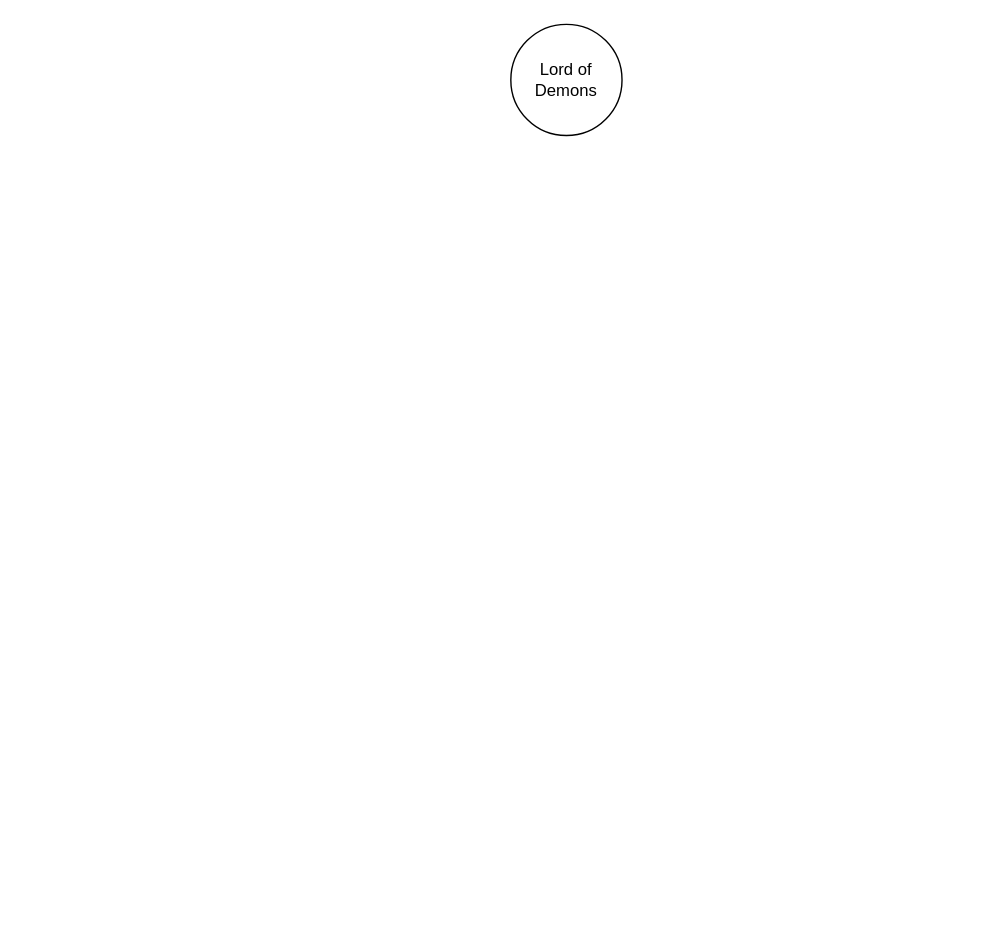
This is page "LoD" (5 of 5) of Fellkeep.drawio from chrisdianru/DND5e, a draw.io file, before an edit. Source tidied: cells renumbered, new cells numbered last; positions are measured from the earlier drawing's top-left corner, leaving out a move shared by most shapes. Both pictures are drawn from the tidied source at 139%, with x=0, y=0 at pixel (510, 24).
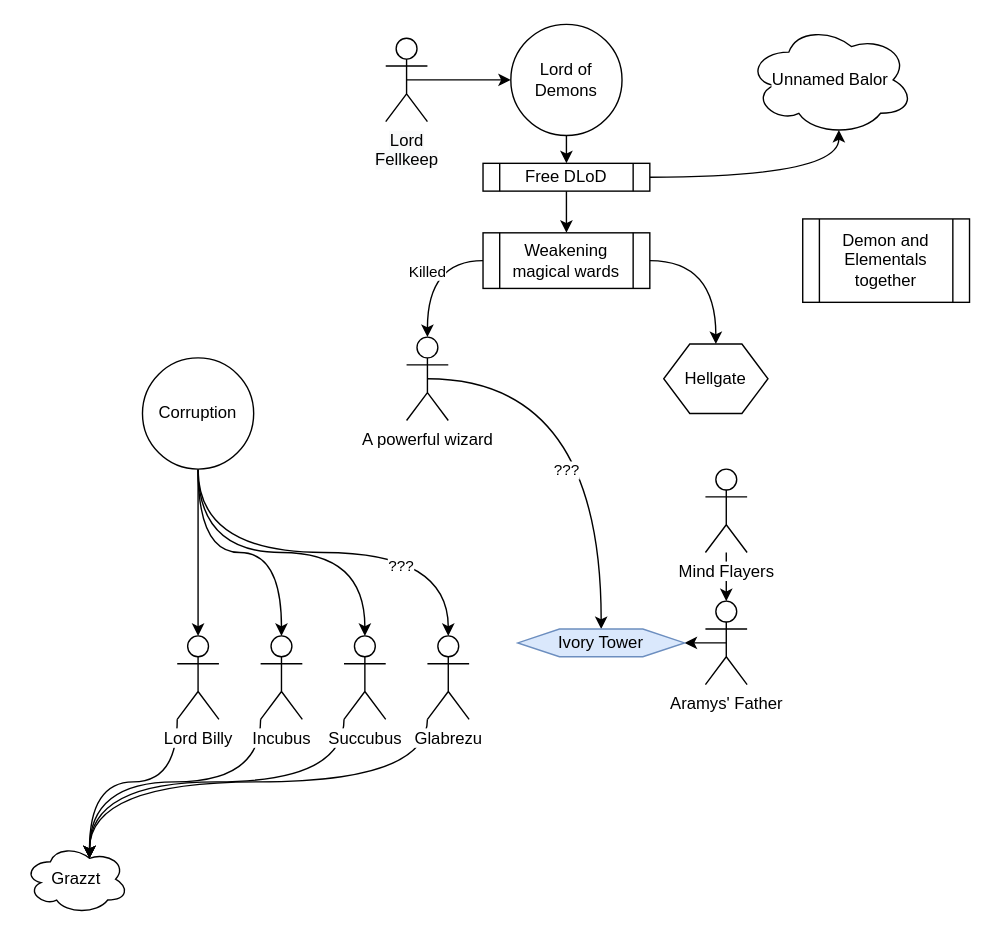
Above is the later version.

Unchanged cells that the change refers to:
```xml
<mxCell id="2" value="Lord of Demons" style="ellipse;whiteSpace=wrap;html=1;" parent="1" vertex="1">
  <mxGeometry width="80" height="80" as="geometry" />
</mxCell>
```

The edit, as a diff of the source:
```diff
@@
+    <mxCell id="3" style="edgeStyle=orthogonalEdgeStyle;curved=1;rounded=0;jettySize=auto;html=1;exitX=0.5;exitY=1;exitDx=0;exitDy=0;entryX=0.5;entryY=0;entryDx=0;entryDy=0;startArrow=none;startFill=0;endArrow=classic;endFill=1;" parent="1" edge="1" source="2" target="20">
+      <mxGeometry relative="1" as="geometry" />
+    </mxCell>
@@
+    <mxCell id="4" value="???" style="edgeStyle=orthogonalEdgeStyle;curved=1;rounded=0;jettySize=auto;html=1;exitX=0.5;exitY=0.5;exitDx=0;exitDy=0;exitPerimeter=0;entryX=0.5;entryY=0;entryDx=0;entryDy=0;startArrow=none;startFill=0;endArrow=classic;endFill=1;" parent="1" edge="1" source="5" target="12">
+      <mxGeometry x="0.25" y="-25" relative="1" as="geometry" />
+    </mxCell>
+    <mxCell id="5" value="A powerful wizard" style="shape=umlActor;verticalLabelPosition=bottom;labelBackgroundColor=#ffffff;verticalAlign=top;html=1;outlineConnect=0;" parent="1" vertex="1">
+      <mxGeometry x="-75" y="225" width="30" height="60" as="geometry" />
+    </mxCell>
+    <mxCell id="6" style="edgeStyle=orthogonalEdgeStyle;curved=1;rounded=0;jettySize=auto;html=1;exitX=0;exitY=1;exitDx=0;exitDy=0;exitPerimeter=0;entryX=0.625;entryY=0.2;entryDx=0;entryDy=0;entryPerimeter=0;startArrow=none;startFill=0;endArrow=classic;endFill=1;" parent="1" edge="1" source="7" target="16">
+      <mxGeometry relative="1" as="geometry">
+        <Array as="points">
+          <mxPoint x="-240" y="545" />
+          <mxPoint x="-303" y="545" />
+        </Array>
+      </mxGeometry>
+    </mxCell>
+    <mxCell id="7" value="Lord Billy" style="shape=umlActor;verticalLabelPosition=bottom;labelBackgroundColor=#ffffff;verticalAlign=top;html=1;outlineConnect=0;" parent="1" vertex="1">
+      <mxGeometry x="-240" y="440" width="30" height="60" as="geometry" />
+    </mxCell>
+    <mxCell id="8" style="edgeStyle=orthogonalEdgeStyle;curved=1;rounded=0;jettySize=auto;html=1;startArrow=none;startFill=0;endArrow=classic;endFill=1;" parent="1" edge="1" source="9" target="11">
+      <mxGeometry relative="1" as="geometry" />
+    </mxCell>
+    <mxCell id="9" value="Mind Flayers" style="shape=umlActor;verticalLabelPosition=bottom;labelBackgroundColor=#ffffff;verticalAlign=top;html=1;outlineConnect=0;" parent="1" vertex="1">
+      <mxGeometry x="140" y="320" width="30" height="60" as="geometry" />
+    </mxCell>
+    <mxCell id="10" style="edgeStyle=orthogonalEdgeStyle;curved=1;rounded=0;jettySize=auto;html=1;exitX=0.5;exitY=0.5;exitDx=0;exitDy=0;exitPerimeter=0;startArrow=none;startFill=0;endArrow=classic;endFill=1;entryX=1;entryY=0.5;entryDx=0;entryDy=0;" parent="1" edge="1" source="11" target="12">
+      <mxGeometry relative="1" as="geometry" />
+    </mxCell>
+    <mxCell id="11" value="Aramys' Father" style="shape=umlActor;verticalLabelPosition=bottom;labelBackgroundColor=#ffffff;verticalAlign=top;html=1;outlineConnect=0;" parent="1" vertex="1">
+      <mxGeometry x="140" y="415" width="30" height="60" as="geometry" />
+    </mxCell>
+    <mxCell id="12" value="Ivory Tower" style="shape=hexagon;perimeter=hexagonPerimeter2;whiteSpace=wrap;html=1;fillColor=#dae8fc;strokeColor=#6c8ebf;" parent="1" vertex="1">
+      <mxGeometry x="5" y="435" width="120" height="20" as="geometry" />
+    </mxCell>
+    <mxCell id="13" value="Killed" style="edgeStyle=orthogonalEdgeStyle;curved=1;rounded=0;jettySize=auto;html=1;exitX=0;exitY=0.5;exitDx=0;exitDy=0;entryX=0.5;entryY=0;entryDx=0;entryDy=0;entryPerimeter=0;startArrow=none;startFill=0;endArrow=classic;endFill=1;" parent="1" edge="1" source="15" target="5">
+      <mxGeometry relative="1" as="geometry" />
+    </mxCell>
+    <mxCell id="14" style="edgeStyle=orthogonalEdgeStyle;curved=1;rounded=0;jettySize=auto;html=1;exitX=1;exitY=0.5;exitDx=0;exitDy=0;entryX=0.5;entryY=0;entryDx=0;entryDy=0;startArrow=none;startFill=0;endArrow=classic;endFill=1;" parent="1" edge="1" source="15" target="34">
+      <mxGeometry relative="1" as="geometry" />
+    </mxCell>
+    <mxCell id="15" value="Weakening magical wards" style="shape=process;whiteSpace=wrap;html=1;backgroundOutline=1;" parent="1" vertex="1">
+      <mxGeometry x="-20" y="150" width="120" height="40" as="geometry" />
+    </mxCell>
+    <mxCell id="16" value="Grazzt" style="ellipse;shape=cloud;whiteSpace=wrap;html=1;" parent="1" vertex="1">
+      <mxGeometry x="-350" y="590" width="75" height="50" as="geometry" />
+    </mxCell>
+    <mxCell id="17" value="&lt;span style=&quot;white-space: nowrap ; background-color: rgb(255 , 255 , 255)&quot;&gt;Unnamed Balor&lt;/span&gt;" style="ellipse;shape=cloud;whiteSpace=wrap;html=1;" parent="1" vertex="1">
+      <mxGeometry x="170" width="120" height="80" as="geometry" />
+    </mxCell>
+    <mxCell id="18" style="edgeStyle=orthogonalEdgeStyle;curved=1;rounded=0;jettySize=auto;html=1;exitX=1;exitY=0.5;exitDx=0;exitDy=0;entryX=0.55;entryY=0.95;entryDx=0;entryDy=0;entryPerimeter=0;startArrow=none;startFill=0;endArrow=classic;endFill=1;" parent="1" edge="1" source="20" target="17">
+      <mxGeometry relative="1" as="geometry" />
+    </mxCell>
+    <mxCell id="19" style="edgeStyle=orthogonalEdgeStyle;curved=1;rounded=0;jettySize=auto;html=1;exitX=0.5;exitY=1;exitDx=0;exitDy=0;entryX=0.5;entryY=0;entryDx=0;entryDy=0;startArrow=none;startFill=0;endArrow=classic;endFill=1;" parent="1" edge="1" source="20" target="15">
+      <mxGeometry relative="1" as="geometry" />
+    </mxCell>
+    <mxCell id="20" value="Free DLoD" style="shape=process;whiteSpace=wrap;html=1;backgroundOutline=1;" parent="1" vertex="1">
+      <mxGeometry x="-20" y="100" width="120" height="20" as="geometry" />
+    </mxCell>
+    <mxCell id="21" style="edgeStyle=orthogonalEdgeStyle;curved=1;rounded=0;jettySize=auto;html=1;exitX=0;exitY=1;exitDx=0;exitDy=0;exitPerimeter=0;entryX=0.625;entryY=0.2;entryDx=0;entryDy=0;entryPerimeter=0;startArrow=none;startFill=0;endArrow=classic;endFill=1;" parent="1" edge="1" source="22" target="16">
+      <mxGeometry relative="1" as="geometry" />
+    </mxCell>
+    <mxCell id="22" value="Succubus" style="shape=umlActor;verticalLabelPosition=bottom;labelBackgroundColor=#ffffff;verticalAlign=top;html=1;outlineConnect=0;" parent="1" vertex="1">
+      <mxGeometry x="-120" y="440" width="30" height="60" as="geometry" />
+    </mxCell>
+    <mxCell id="23" style="edgeStyle=orthogonalEdgeStyle;curved=1;rounded=0;jettySize=auto;html=1;exitX=0;exitY=1;exitDx=0;exitDy=0;exitPerimeter=0;entryX=0.625;entryY=0.2;entryDx=0;entryDy=0;entryPerimeter=0;startArrow=none;startFill=0;endArrow=classic;endFill=1;" parent="1" edge="1" source="24" target="16">
+      <mxGeometry relative="1" as="geometry" />
+    </mxCell>
+    <mxCell id="24" value="Incubus" style="shape=umlActor;verticalLabelPosition=bottom;labelBackgroundColor=#ffffff;verticalAlign=top;html=1;outlineConnect=0;" parent="1" vertex="1">
+      <mxGeometry x="-180" y="440" width="30" height="60" as="geometry" />
+    </mxCell>
+    <mxCell id="25" style="edgeStyle=orthogonalEdgeStyle;curved=1;rounded=0;jettySize=auto;html=1;exitX=0;exitY=1;exitDx=0;exitDy=0;exitPerimeter=0;startArrow=none;startFill=0;endArrow=classic;endFill=1;entryX=0.625;entryY=0.2;entryDx=0;entryDy=0;entryPerimeter=0;" parent="1" edge="1" source="26" target="16">
+      <mxGeometry relative="1" as="geometry" />
+    </mxCell>
+    <mxCell id="26" value="Glabrezu" style="shape=umlActor;verticalLabelPosition=bottom;labelBackgroundColor=#ffffff;verticalAlign=top;html=1;outlineConnect=0;" parent="1" vertex="1">
+      <mxGeometry x="-60" y="440" width="30" height="60" as="geometry" />
+    </mxCell>
+    <mxCell id="27" style="edgeStyle=orthogonalEdgeStyle;curved=1;rounded=0;jettySize=auto;html=1;exitX=0.5;exitY=0.5;exitDx=0;exitDy=0;exitPerimeter=0;entryX=0;entryY=0.5;entryDx=0;entryDy=0;startArrow=none;startFill=0;endArrow=classic;endFill=1;" parent="1" edge="1" source="28" target="2">
+      <mxGeometry relative="1" as="geometry" />
+    </mxCell>
+    <mxCell id="28" value="&lt;span style=&quot;white-space: normal ; background-color: rgb(248 , 249 , 250)&quot;&gt;Lord Fellkeep&lt;/span&gt;" style="shape=umlActor;verticalLabelPosition=bottom;labelBackgroundColor=#ffffff;verticalAlign=top;html=1;outlineConnect=0;" parent="1" vertex="1">
+      <mxGeometry x="-90" y="10" width="30" height="60" as="geometry" />
+    </mxCell>
+    <mxCell id="29" style="edgeStyle=orthogonalEdgeStyle;curved=1;rounded=0;jettySize=auto;html=1;exitX=0.5;exitY=1;exitDx=0;exitDy=0;entryX=0.5;entryY=0;entryDx=0;entryDy=0;entryPerimeter=0;startArrow=none;startFill=0;endArrow=classic;endFill=1;" parent="1" edge="1" source="33" target="7">
+      <mxGeometry relative="1" as="geometry" />
+    </mxCell>
+    <mxCell id="30" style="edgeStyle=orthogonalEdgeStyle;curved=1;rounded=0;jettySize=auto;html=1;exitX=0.5;exitY=1;exitDx=0;exitDy=0;entryX=0.5;entryY=0;entryDx=0;entryDy=0;entryPerimeter=0;startArrow=none;startFill=0;endArrow=classic;endFill=1;" parent="1" edge="1" source="33" target="24">
+      <mxGeometry relative="1" as="geometry" />
+    </mxCell>
+    <mxCell id="31" style="edgeStyle=orthogonalEdgeStyle;curved=1;rounded=0;jettySize=auto;html=1;exitX=0.5;exitY=1;exitDx=0;exitDy=0;entryX=0.5;entryY=0;entryDx=0;entryDy=0;entryPerimeter=0;startArrow=none;startFill=0;endArrow=classic;endFill=1;" parent="1" edge="1" source="33" target="22">
+      <mxGeometry relative="1" as="geometry" />
+    </mxCell>
+    <mxCell id="32" value="???" style="edgeStyle=orthogonalEdgeStyle;curved=1;rounded=0;jettySize=auto;html=1;exitX=0.5;exitY=1;exitDx=0;exitDy=0;entryX=0.5;entryY=0;entryDx=0;entryDy=0;entryPerimeter=0;startArrow=none;startFill=0;endArrow=classic;endFill=1;" parent="1" edge="1" source="33" target="26">
+      <mxGeometry x="0.37" y="-10" relative="1" as="geometry" />
+    </mxCell>
+    <mxCell id="33" value="Corruption" style="ellipse;whiteSpace=wrap;html=1;" parent="1" vertex="1">
+      <mxGeometry x="-265" y="240" width="80" height="80" as="geometry" />
+    </mxCell>
+    <mxCell id="34" value="Hellgate" style="shape=hexagon;perimeter=hexagonPerimeter2;whiteSpace=wrap;html=1;" parent="1" vertex="1">
+      <mxGeometry x="110" y="230" width="75" height="50" as="geometry" />
+    </mxCell>
+    <mxCell id="35" value="Demon and Elementals together" style="shape=process;whiteSpace=wrap;html=1;backgroundOutline=1;" parent="1" vertex="1">
+      <mxGeometry x="210" y="140" width="120" height="60" as="geometry" />
+    </mxCell>
```
